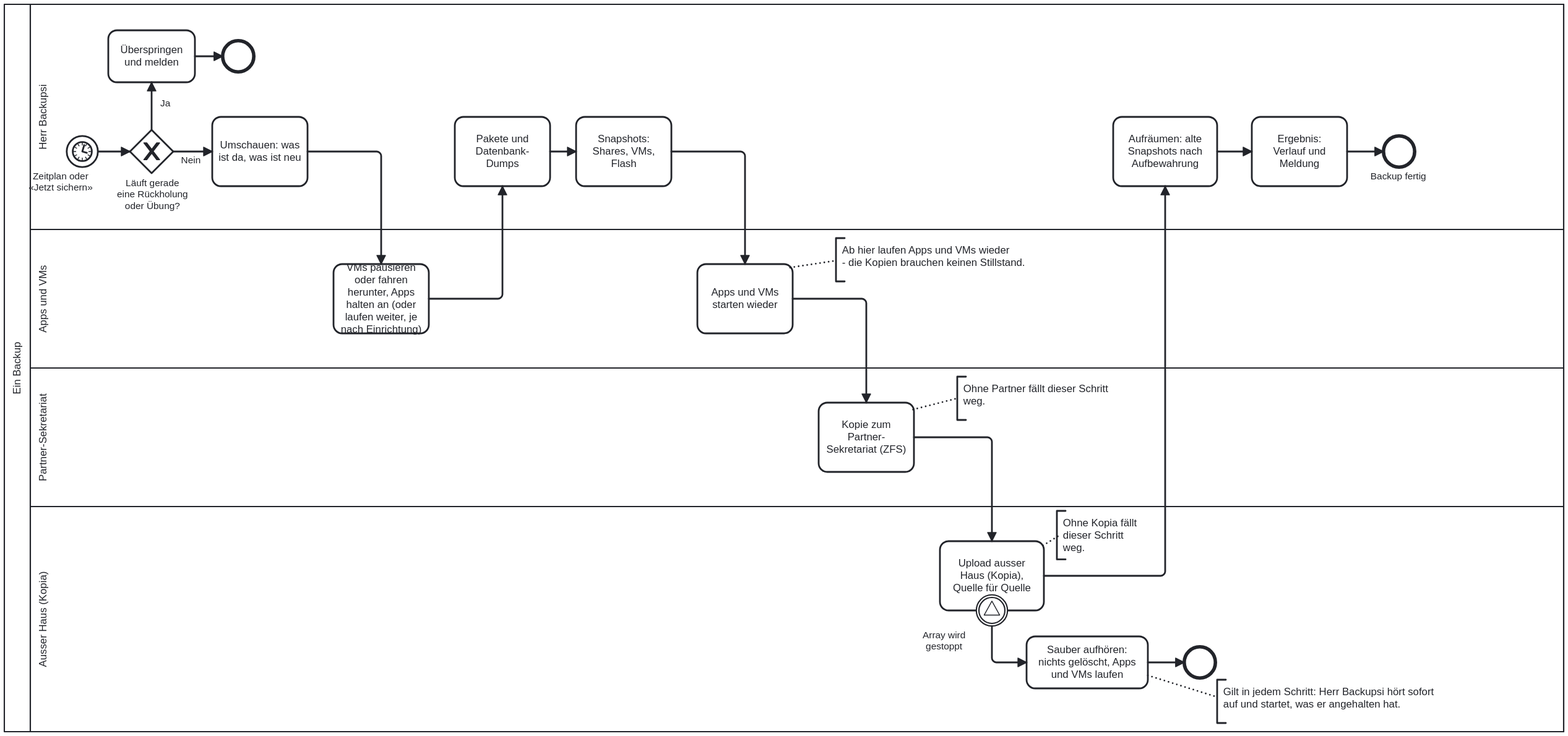
The BPMN diagram docs/diagrams/backup-run.de.svg in dropnook/UnraidSecretaryOffice, before a commit. Its source is kept beside it as docs/diagrams/backup-run.de.bpmn. Ids are renumbered. Its diagram source:
```xml
<bpmn:definitions xmlns:bpmn="http://www.omg.org/spec/BPMN/20100524/MODEL" xmlns:bpmndi="http://www.omg.org/spec/BPMN/20100524/DI" xmlns:dc="http://www.omg.org/spec/DD/20100524/DC" xmlns:di="http://www.omg.org/spec/DD/20100524/DI" xmlns:xsi="http://www.w3.org/2001/XMLSchema-instance" id="Defs_sicherung" targetNamespace="http://bpmn.io/schema/bpmn" exporter="Camunda Modeler" exporterVersion="5.51.1">
  <bpmn:signal id="Sig_array" name="Array wird gestoppt" />
  <bpmn:collaboration id="Collab">
    <bpmn:participant id="Pool" name="Ein Backup" processRef="sicherung" />
    <bpmn:textAnnotation id="A2">
      <bpmn:text>Ohne Partner fällt dieser Schritt weg.</bpmn:text>
    </bpmn:textAnnotation>
    <bpmn:textAnnotation id="A1">
      <bpmn:text>Ab hier laufen Apps und VMs wieder - die Kopien brauchen keinen Stillstand.</bpmn:text>
    </bpmn:textAnnotation>
    <bpmn:textAnnotation id="A4">
      <bpmn:text>Ohne Kopia fällt dieser Schritt weg.</bpmn:text>
    </bpmn:textAnnotation>
    <bpmn:textAnnotation id="A3">
      <bpmn:text>Gilt in jedem Schritt: Herr Backupsi hört sofort auf und startet, was er angehalten hat.</bpmn:text>
    </bpmn:textAnnotation>
    <bpmn:association id="A3_as" sourceRef="TA" targetRef="A3" />
    <bpmn:association id="A2_as" sourceRef="T7" targetRef="A2" />
    <bpmn:association id="A1_as" sourceRef="T6" targetRef="A1" />
    <bpmn:association id="A4_as" sourceRef="T8" targetRef="A4" />
  </bpmn:collaboration>
  <bpmn:process id="sicherung" isExecutable="false">
    <bpmn:laneSet id="LS">
      <bpmn:lane id="L4" name="Ausser Haus (Kopia)">
        <bpmn:flowNodeRef>T8</bpmn:flowNodeRef>
        <bpmn:flowNodeRef>TA</bpmn:flowNodeRef>
        <bpmn:flowNodeRef>EA</bpmn:flowNodeRef>
        <bpmn:flowNodeRef>B1</bpmn:flowNodeRef>
      </bpmn:lane>
      <bpmn:lane id="L3" name="Partner-Sekretariat">
        <bpmn:flowNodeRef>T7</bpmn:flowNodeRef>
      </bpmn:lane>
      <bpmn:lane id="L2" name="Apps und VMs">
        <bpmn:flowNodeRef>T3</bpmn:flowNodeRef>
        <bpmn:flowNodeRef>T6</bpmn:flowNodeRef>
      </bpmn:lane>
      <bpmn:lane id="L1" name="Herr Backupsi">
        <bpmn:flowNodeRef>S</bpmn:flowNodeRef>
        <bpmn:flowNodeRef>G0</bpmn:flowNodeRef>
        <bpmn:flowNodeRef>T0</bpmn:flowNodeRef>
        <bpmn:flowNodeRef>E0</bpmn:flowNodeRef>
        <bpmn:flowNodeRef>T1</bpmn:flowNodeRef>
        <bpmn:flowNodeRef>T4</bpmn:flowNodeRef>
        <bpmn:flowNodeRef>T5</bpmn:flowNodeRef>
        <bpmn:flowNodeRef>T9</bpmn:flowNodeRef>
        <bpmn:flowNodeRef>T10</bpmn:flowNodeRef>
        <bpmn:flowNodeRef>E</bpmn:flowNodeRef>
      </bpmn:lane>
    </bpmn:laneSet>
    <bpmn:startEvent id="S" name="Zeitplan oder «Jetzt sichern»">
      <bpmn:outgoing>F0</bpmn:outgoing>
      <bpmn:timerEventDefinition id="S_t" />
    </bpmn:startEvent>
    <bpmn:exclusiveGateway id="G0" name="Läuft gerade eine Rückholung oder Übung?">
      <bpmn:incoming>F0</bpmn:incoming>
      <bpmn:outgoing>F1</bpmn:outgoing>
      <bpmn:outgoing>F3</bpmn:outgoing>
    </bpmn:exclusiveGateway>
    <bpmn:task id="T0" name="Überspringen und melden">
      <bpmn:incoming>F1</bpmn:incoming>
      <bpmn:outgoing>F2</bpmn:outgoing>
    </bpmn:task>
    <bpmn:endEvent id="E0">
      <bpmn:incoming>F2</bpmn:incoming>
    </bpmn:endEvent>
    <bpmn:task id="T1" name="Umschauen: was ist da, was ist neu">
      <bpmn:incoming>F3</bpmn:incoming>
      <bpmn:outgoing>F4</bpmn:outgoing>
    </bpmn:task>
    <bpmn:task id="T3" name="VMs pausieren oder fahren herunter, Apps halten an (oder laufen weiter, je nach Einrichtung)">
      <bpmn:incoming>F4</bpmn:incoming>
      <bpmn:outgoing>F5</bpmn:outgoing>
    </bpmn:task>
    <bpmn:task id="T4" name="Pakete und Datenbank-Dumps">
      <bpmn:incoming>F5</bpmn:incoming>
      <bpmn:outgoing>F6</bpmn:outgoing>
    </bpmn:task>
    <bpmn:task id="T5" name="Snapshots: Shares, VMs, Flash">
      <bpmn:incoming>F6</bpmn:incoming>
      <bpmn:outgoing>F7</bpmn:outgoing>
    </bpmn:task>
    <bpmn:task id="T6" name="Apps und VMs starten wieder">
      <bpmn:incoming>F7</bpmn:incoming>
      <bpmn:outgoing>F8</bpmn:outgoing>
    </bpmn:task>
    <bpmn:task id="T7" name="Kopie zum Partner-Sekretariat (ZFS)">
      <bpmn:incoming>F8</bpmn:incoming>
      <bpmn:outgoing>F9</bpmn:outgoing>
    </bpmn:task>
    <bpmn:task id="T8" name="Upload ausser Haus (Kopia), Quelle für Quelle">
      <bpmn:incoming>F9</bpmn:incoming>
      <bpmn:outgoing>F12</bpmn:outgoing>
    </bpmn:task>
    <bpmn:task id="TA" name="Sauber aufhören: nichts gelöscht, Apps und VMs laufen">
      <bpmn:incoming>F10</bpmn:incoming>
      <bpmn:outgoing>F11</bpmn:outgoing>
    </bpmn:task>
    <bpmn:endEvent id="EA">
      <bpmn:incoming>F11</bpmn:incoming>
    </bpmn:endEvent>
    <bpmn:task id="T9" name="Aufräumen: alte Snapshots nach Aufbewahrung">
      <bpmn:incoming>F12</bpmn:incoming>
      <bpmn:outgoing>F13</bpmn:outgoing>
    </bpmn:task>
    <bpmn:task id="T10" name="Ergebnis: Verlauf und Meldung">
      <bpmn:incoming>F13</bpmn:incoming>
      <bpmn:outgoing>F14</bpmn:outgoing>
    </bpmn:task>
    <bpmn:endEvent id="E" name="Backup fertig">
      <bpmn:incoming>F14</bpmn:incoming>
    </bpmn:endEvent>
    <bpmn:boundaryEvent id="B1" name="Array wird gestoppt" attachedToRef="T8">
      <bpmn:outgoing>F10</bpmn:outgoing>
      <bpmn:signalEventDefinition id="B1_s" signalRef="Sig_array" />
    </bpmn:boundaryEvent>
    <bpmn:sequenceFlow id="F0" sourceRef="S" targetRef="G0" />
    <bpmn:sequenceFlow id="F1" name="Ja" sourceRef="G0" targetRef="T0" />
    <bpmn:sequenceFlow id="F3" name="Nein" sourceRef="G0" targetRef="T1" />
    <bpmn:sequenceFlow id="F2" sourceRef="T0" targetRef="E0" />
    <bpmn:sequenceFlow id="F4" sourceRef="T1" targetRef="T3" />
    <bpmn:sequenceFlow id="F5" sourceRef="T3" targetRef="T4" />
    <bpmn:sequenceFlow id="F6" sourceRef="T4" targetRef="T5" />
    <bpmn:sequenceFlow id="F7" sourceRef="T5" targetRef="T6" />
    <bpmn:sequenceFlow id="F8" sourceRef="T6" targetRef="T7" />
    <bpmn:sequenceFlow id="F9" sourceRef="T7" targetRef="T8" />
    <bpmn:sequenceFlow id="F12" sourceRef="T8" targetRef="T9" />
    <bpmn:sequenceFlow id="F10" sourceRef="B1" targetRef="TA" />
    <bpmn:sequenceFlow id="F11" sourceRef="TA" targetRef="EA" />
    <bpmn:sequenceFlow id="F13" sourceRef="T9" targetRef="T10" />
    <bpmn:sequenceFlow id="F14" sourceRef="T10" targetRef="E" />
  </bpmn:process>
  <bpmndi:BPMNDiagram id="Diagram_1">
    <bpmndi:BPMNPlane id="Plane_1" bpmnElement="Collab">
      <bpmndi:BPMNShape id="Pool_di" bpmnElement="Pool" isHorizontal="true">
        <dc:Bounds x="160" y="40" width="1800" height="840" />
      </bpmndi:BPMNShape>
      <bpmndi:BPMNShape id="L4_di" bpmnElement="L4" isHorizontal="true">
        <dc:Bounds x="190" y="620" width="1770" height="260" />
      </bpmndi:BPMNShape>
      <bpmndi:BPMNShape id="L3_di" bpmnElement="L3" isHorizontal="true">
        <dc:Bounds x="190" y="460" width="1770" height="160" />
      </bpmndi:BPMNShape>
      <bpmndi:BPMNShape id="L2_di" bpmnElement="L2" isHorizontal="true">
        <dc:Bounds x="190" y="300" width="1770" height="160" />
      </bpmndi:BPMNShape>
      <bpmndi:BPMNShape id="L1_di" bpmnElement="L1" isHorizontal="true">
        <dc:Bounds x="190" y="40" width="1770" height="260" />
      </bpmndi:BPMNShape>
      <bpmndi:BPMNShape id="S_di" bpmnElement="S">
        <dc:Bounds x="232" y="192" width="36" height="36" />
        <bpmndi:BPMNLabel>
          <dc:Bounds x="188" y="232" width="74" height="27" />
        </bpmndi:BPMNLabel>
      </bpmndi:BPMNShape>
      <bpmndi:BPMNShape id="G0_di" bpmnElement="G0" isMarkerVisible="true">
        <dc:Bounds x="305" y="185" width="50" height="50" />
        <bpmndi:BPMNLabel>
          <dc:Bounds x="257" y="240" width="147" height="27" />
        </bpmndi:BPMNLabel>
      </bpmndi:BPMNShape>
      <bpmndi:BPMNShape id="T0_di" bpmnElement="T0">
        <dc:Bounds x="280" y="70" width="100" height="60" />
      </bpmndi:BPMNShape>
      <bpmndi:BPMNShape id="E0_di" bpmnElement="E0">
        <dc:Bounds x="412" y="82" width="36" height="36" />
      </bpmndi:BPMNShape>
      <bpmndi:BPMNShape id="T1_di" bpmnElement="T1">
        <dc:Bounds x="400" y="170" width="110" height="80" />
      </bpmndi:BPMNShape>
      <bpmndi:BPMNShape id="T3_di" bpmnElement="T3">
        <dc:Bounds x="540" y="340" width="110" height="80" />
        <bpmndi:BPMNLabel />
      </bpmndi:BPMNShape>
      <bpmndi:BPMNShape id="T4_di" bpmnElement="T4">
        <dc:Bounds x="680" y="170" width="110" height="80" />
      </bpmndi:BPMNShape>
      <bpmndi:BPMNShape id="T5_di" bpmnElement="T5">
        <dc:Bounds x="820" y="170" width="110" height="80" />
      </bpmndi:BPMNShape>
      <bpmndi:BPMNShape id="T6_di" bpmnElement="T6">
        <dc:Bounds x="960" y="340" width="110" height="80" />
        <bpmndi:BPMNLabel />
      </bpmndi:BPMNShape>
      <bpmndi:BPMNShape id="T7_di" bpmnElement="T7">
        <dc:Bounds x="1100" y="500" width="110" height="80" />
      </bpmndi:BPMNShape>
      <bpmndi:BPMNShape id="T8_di" bpmnElement="T8">
        <dc:Bounds x="1240" y="660" width="120" height="80" />
      </bpmndi:BPMNShape>
      <bpmndi:BPMNShape id="TA_di" bpmnElement="TA">
        <dc:Bounds x="1340" y="770" width="140" height="60" />
      </bpmndi:BPMNShape>
      <bpmndi:BPMNShape id="EA_di" bpmnElement="EA">
        <dc:Bounds x="1522" y="782" width="36" height="36" />
      </bpmndi:BPMNShape>
      <bpmndi:BPMNShape id="T9_di" bpmnElement="T9">
        <dc:Bounds x="1440" y="170" width="120" height="80" />
      </bpmndi:BPMNShape>
      <bpmndi:BPMNShape id="T10_di" bpmnElement="T10">
        <dc:Bounds x="1600" y="170" width="110" height="80" />
      </bpmndi:BPMNShape>
      <bpmndi:BPMNShape id="E_di" bpmnElement="E">
        <dc:Bounds x="1752" y="192" width="36" height="36" />
        <bpmndi:BPMNLabel>
          <dc:Bounds x="1737" y="232" width="66" height="14" />
        </bpmndi:BPMNLabel>
      </bpmndi:BPMNShape>
      <bpmndi:BPMNShape id="A3_di" bpmnElement="A3">
        <dc:Bounds x="1560" y="820" width="280" height="50" />
      </bpmndi:BPMNShape>
      <bpmndi:BPMNShape id="B1_di" bpmnElement="B1">
        <dc:Bounds x="1282" y="722" width="36" height="36" />
        <bpmndi:BPMNLabel>
          <dc:Bounds x="1220" y="762" width="50" height="27" />
        </bpmndi:BPMNLabel>
      </bpmndi:BPMNShape>
      <bpmndi:BPMNEdge id="F0_di" bpmnElement="F0">
        <di:waypoint x="268" y="210" />
        <di:waypoint x="305" y="210" />
      </bpmndi:BPMNEdge>
      <bpmndi:BPMNEdge id="F1_di" bpmnElement="F1">
        <di:waypoint x="330" y="185" />
        <di:waypoint x="330" y="130" />
        <bpmndi:BPMNLabel>
          <dc:Bounds x="340" y="148" width="12" height="14" />
        </bpmndi:BPMNLabel>
      </bpmndi:BPMNEdge>
      <bpmndi:BPMNEdge id="F2_di" bpmnElement="F2">
        <di:waypoint x="380" y="100" />
        <di:waypoint x="412" y="100" />
      </bpmndi:BPMNEdge>
      <bpmndi:BPMNEdge id="F3_di" bpmnElement="F3">
        <di:waypoint x="355" y="210" />
        <di:waypoint x="400" y="210" />
        <bpmndi:BPMNLabel>
          <dc:Bounds x="364" y="214" width="23" height="14" />
        </bpmndi:BPMNLabel>
      </bpmndi:BPMNEdge>
      <bpmndi:BPMNEdge id="F4_di" bpmnElement="F4">
        <di:waypoint x="510" y="210" />
        <di:waypoint x="595" y="210" />
        <di:waypoint x="595" y="340" />
      </bpmndi:BPMNEdge>
      <bpmndi:BPMNEdge id="F5_di" bpmnElement="F5">
        <di:waypoint x="650" y="380" />
        <di:waypoint x="735" y="380" />
        <di:waypoint x="735" y="250" />
      </bpmndi:BPMNEdge>
      <bpmndi:BPMNEdge id="F6_di" bpmnElement="F6">
        <di:waypoint x="790" y="210" />
        <di:waypoint x="820" y="210" />
      </bpmndi:BPMNEdge>
      <bpmndi:BPMNEdge id="F7_di" bpmnElement="F7">
        <di:waypoint x="930" y="210" />
        <di:waypoint x="1015" y="210" />
        <di:waypoint x="1015" y="340" />
      </bpmndi:BPMNEdge>
      <bpmndi:BPMNEdge id="F8_di" bpmnElement="F8">
        <di:waypoint x="1070" y="380" />
        <di:waypoint x="1155" y="380" />
        <di:waypoint x="1155" y="500" />
      </bpmndi:BPMNEdge>
      <bpmndi:BPMNEdge id="F9_di" bpmnElement="F9">
        <di:waypoint x="1210" y="540" />
        <di:waypoint x="1300" y="540" />
        <di:waypoint x="1300" y="660" />
      </bpmndi:BPMNEdge>
      <bpmndi:BPMNEdge id="F10_di" bpmnElement="F10">
        <di:waypoint x="1300" y="758" />
        <di:waypoint x="1300" y="800" />
        <di:waypoint x="1340" y="800" />
      </bpmndi:BPMNEdge>
      <bpmndi:BPMNEdge id="F11_di" bpmnElement="F11">
        <di:waypoint x="1480" y="800" />
        <di:waypoint x="1522" y="800" />
      </bpmndi:BPMNEdge>
      <bpmndi:BPMNEdge id="F12_di" bpmnElement="F12">
        <di:waypoint x="1360" y="700" />
        <di:waypoint x="1500" y="700" />
        <di:waypoint x="1500" y="250" />
      </bpmndi:BPMNEdge>
      <bpmndi:BPMNEdge id="F13_di" bpmnElement="F13">
        <di:waypoint x="1560" y="210" />
        <di:waypoint x="1600" y="210" />
      </bpmndi:BPMNEdge>
      <bpmndi:BPMNEdge id="F14_di" bpmnElement="F14">
        <di:waypoint x="1710" y="210" />
        <di:waypoint x="1752" y="210" />
      </bpmndi:BPMNEdge>
      <bpmndi:BPMNEdge id="A3_as_di" bpmnElement="A3_as">
        <di:waypoint x="1480" y="815" />
        <di:waypoint x="1560" y="840" />
      </bpmndi:BPMNEdge>
      <bpmndi:BPMNEdge id="A2_as_di" bpmnElement="A2_as">
        <di:waypoint x="1209" y="508" />
        <di:waypoint x="1260" y="495" />
      </bpmndi:BPMNEdge>
      <bpmndi:BPMNEdge id="A1_as_di" bpmnElement="A1_as">
        <di:waypoint x="1067" y="344" />
        <di:waypoint x="1120" y="336" />
      </bpmndi:BPMNEdge>
      <bpmndi:BPMNEdge id="A4_as_di" bpmnElement="A4_as">
        <di:waypoint x="1359" y="665" />
        <di:waypoint x="1380" y="652" />
      </bpmndi:BPMNEdge>
      <bpmndi:BPMNShape id="A2_di" bpmnElement="A2">
        <dc:Bounds x="1260" y="470" width="200" height="50" />
      </bpmndi:BPMNShape>
      <bpmndi:BPMNShape id="A1_di" bpmnElement="A1">
        <dc:Bounds x="1120" y="310" width="250" height="50" />
      </bpmndi:BPMNShape>
      <bpmndi:BPMNShape id="A4_di" bpmnElement="A4">
        <dc:Bounds x="1375" y="625" width="110" height="56" />
      </bpmndi:BPMNShape>
    </bpmndi:BPMNPlane>
  </bpmndi:BPMNDiagram>
</bpmn:definitions>
```
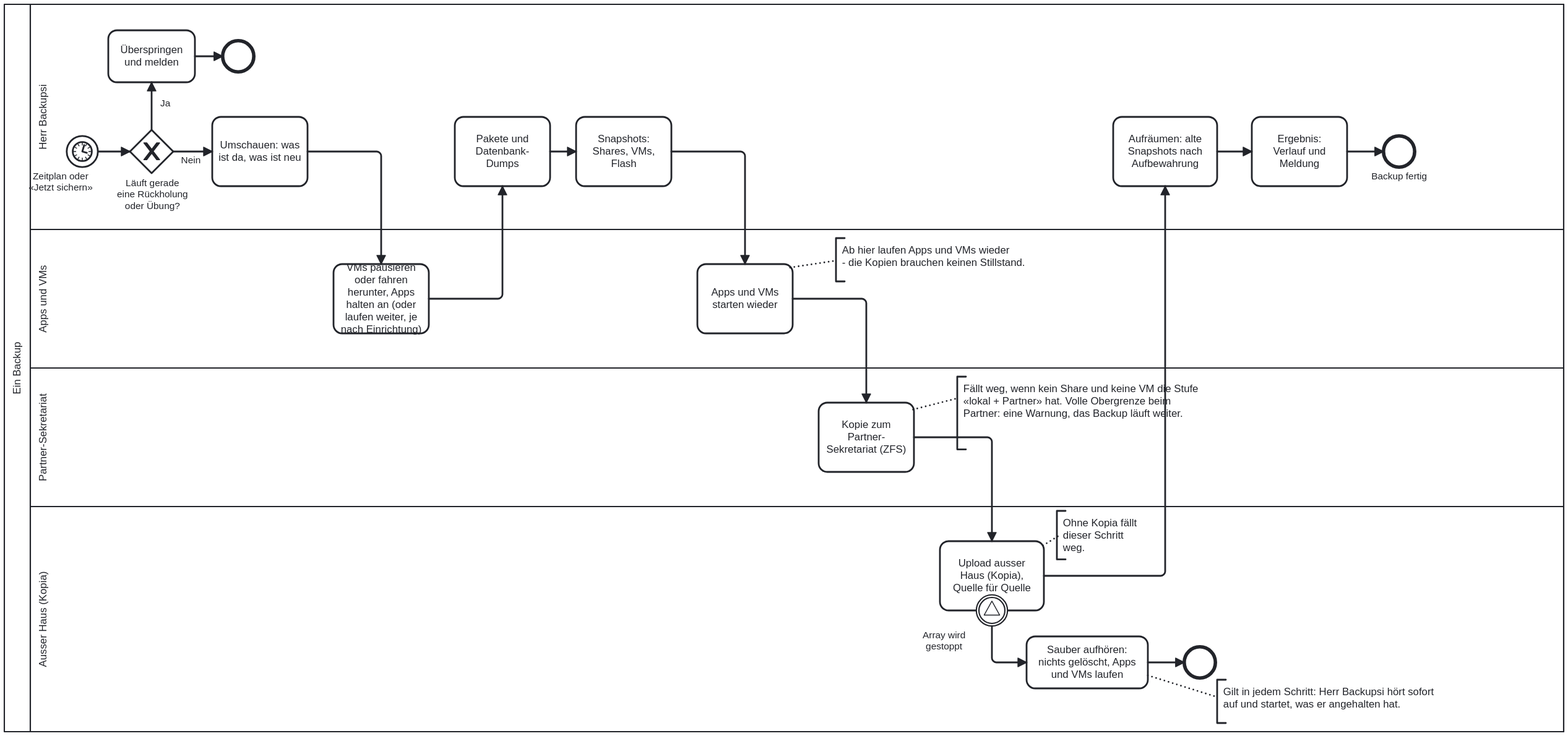
The same diagram one commit later.

The edit, as a diff of the source:
```diff
@@ -3,7 +3,7 @@
   <bpmn:collaboration id="Collab">
     <bpmn:participant id="Pool" name="Ein Backup" processRef="sicherung" />
     <bpmn:textAnnotation id="A2">
-      <bpmn:text>Ohne Partner fällt dieser Schritt weg.</bpmn:text>
+      <bpmn:text>Fällt weg, wenn kein Share und keine VM die Stufe «lokal + Partner» hat. Volle Obergrenze beim Partner: eine Warnung, das Backup läuft weiter.</bpmn:text>
     </bpmn:textAnnotation>
     <bpmn:textAnnotation id="A1">
       <bpmn:text>Ab hier laufen Apps und VMs wieder - die Kopien brauchen keinen Stillstand.</bpmn:text>
@@ -304,7 +304,7 @@
         <di:waypoint x="1380" y="652" />
       </bpmndi:BPMNEdge>
       <bpmndi:BPMNShape id="A2_di" bpmnElement="A2">
-        <dc:Bounds x="1260" y="470" width="200" height="50" />
+        <dc:Bounds x="1260" y="470" width="300" height="84" />
       </bpmndi:BPMNShape>
       <bpmndi:BPMNShape id="A1_di" bpmnElement="A1">
         <dc:Bounds x="1120" y="310" width="250" height="50" />
```
